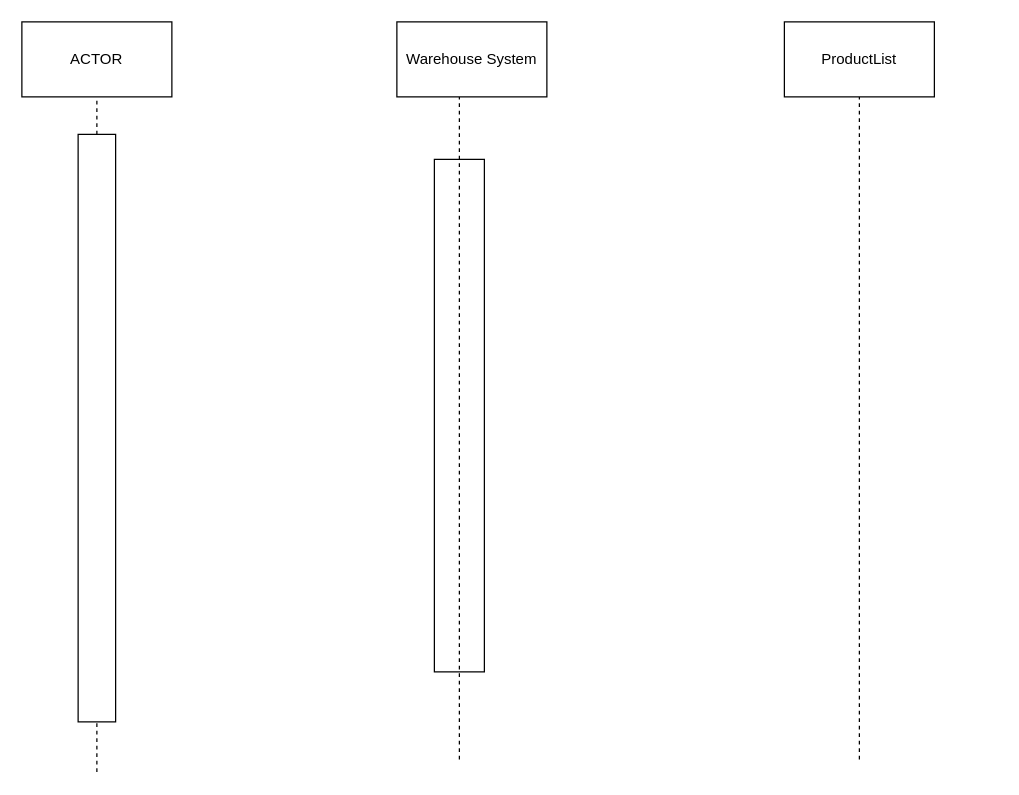
chrismd2/CSci-430-Group-11 keeps this draw.io diagram as Project_1/SequenceDiagrams/TrackInventoryDiagram.drawio. Above is the earlier version. Source tidied: cells renumbered, new cells numbered last; positions are measured from the earlier drawing's top-left corner, leaving out a move shared by most shapes. Both pictures are drawn from the tidied source at 125%, with x=0, y=0 at pixel (21, 21).
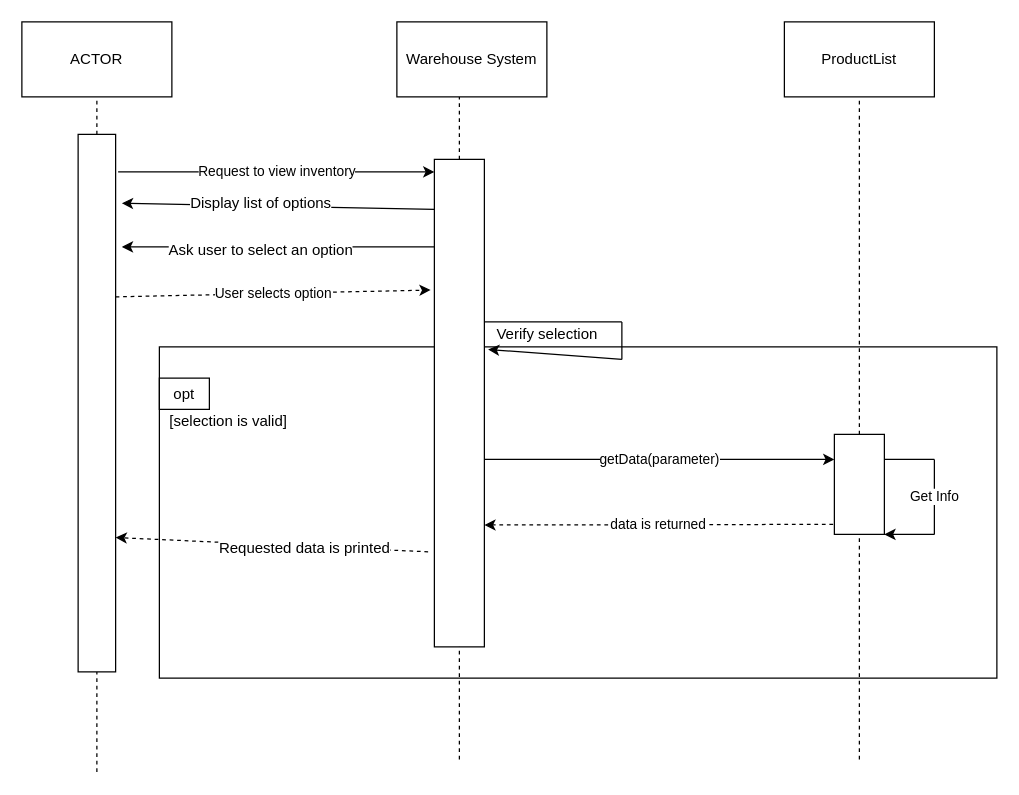
The same page after the edit.

Commit message:
Will finish later

The edit, as a diff of the source:
```diff
@@
+    <mxCell id="11" style="rounded=0;whiteSpace=wrap;html=1;" parent="1" vertex="1">
+      <mxGeometry x="110" y="260" width="670" height="265" as="geometry" />
+    </mxCell>
@@
     <mxCell id="6" style="rounded=0;whiteSpace=wrap;html=1;" parent="1" vertex="1">
-      <mxGeometry x="45" y="90" width="30" height="470" as="geometry" />
+      <mxGeometry x="45" y="90" width="30" height="430" as="geometry" />
     </mxCell>
@@
-    <mxCell id="8" style="rounded=0;whiteSpace=wrap;html=1;" parent="1" vertex="1">
-      <mxGeometry x="330" y="110" width="40" height="410" as="geometry" />
-    </mxCell>
@@
-    <mxCell id="10" style="endArrow=none;dashed=1;html=1;" parent="1" edge="1">
+    <mxCell id="10" style="endArrow=none;dashed=1;html=1;" parent="1" edge="1" source="24">
       <mxGeometry relative="1" as="geometry">
-        <mxPoint x="670" y="590" as="sourcePoint" />
         <mxPoint x="670" y="60" as="targetPoint" />
       </mxGeometry>
     </mxCell>
+    <mxCell id="8" style="rounded=0;whiteSpace=wrap;html=1;" parent="1" vertex="1">
+      <mxGeometry x="330" y="110" width="40" height="390" as="geometry" />
+    </mxCell>
+    <mxCell id="12" value="Request to view inventory" style="endArrow=classic;html=1;" parent="1" edge="1">
+      <mxGeometry relative="1" as="geometry">
+        <mxPoint x="77" y="120" as="sourcePoint" />
+        <mxPoint x="330" y="120" as="targetPoint" />
+      </mxGeometry>
+    </mxCell>
+    <mxCell id="13" style="endArrow=classic;html=1;entryX=1.167;entryY=0.128;entryDx=0;entryDy=0;entryPerimeter=0;" parent="1" edge="1" target="6">
+      <mxGeometry relative="1" as="geometry">
+        <mxPoint x="330" y="150" as="sourcePoint" />
+      </mxGeometry>
+    </mxCell>
+    <mxCell id="14" value="Display list of options" style="text;html=1;align=center;verticalAlign=middle;labelBackgroundColor=#ffffff;" parent="13" vertex="1">
+      <mxGeometry x="0.23" y="-2" relative="1" as="geometry">
+        <mxPoint x="14" as="offset" />
+      </mxGeometry>
+    </mxCell>
+    <mxCell id="15" style="endArrow=classic;html=1;" parent="1" edge="1">
+      <mxGeometry relative="1" as="geometry">
+        <mxPoint x="330" y="180" as="sourcePoint" />
+        <mxPoint x="80" y="180" as="targetPoint" />
+      </mxGeometry>
+    </mxCell>
+    <mxCell id="16" value="Ask user to select an option" style="text;html=1;align=center;verticalAlign=middle;labelBackgroundColor=#ffffff;" parent="15" vertex="1">
+      <mxGeometry x="0.28" y="2" relative="1" as="geometry">
+        <mxPoint x="20" as="offset" />
+      </mxGeometry>
+    </mxCell>
+    <mxCell id="17" value="User selects option" style="endArrow=classic;html=1;entryX=-0.075;entryY=0.268;entryDx=0;entryDy=0;entryPerimeter=0;dashed=1;" parent="1" edge="1" target="8">
+      <mxGeometry relative="1" as="geometry">
+        <mxPoint x="75" y="220" as="sourcePoint" />
+      </mxGeometry>
+    </mxCell>
+    <mxCell id="18" style="endArrow=none;html=1;" parent="1" edge="1">
+      <mxGeometry relative="1" as="geometry">
+        <mxPoint x="370" y="240" as="sourcePoint" />
+        <mxPoint x="480" y="240" as="targetPoint" />
+      </mxGeometry>
+    </mxCell>
+    <mxCell id="19" style="endArrow=none;html=1;" parent="1" edge="1">
+      <mxGeometry relative="1" as="geometry">
+        <mxPoint x="480" y="270" as="sourcePoint" />
+        <mxPoint x="480" y="240" as="targetPoint" />
+      </mxGeometry>
+    </mxCell>
+    <mxCell id="20" style="endArrow=classic;html=1;entryX=1.075;entryY=0.39;entryDx=0;entryDy=0;entryPerimeter=0;" parent="1" edge="1" target="8">
+      <mxGeometry relative="1" as="geometry">
+        <mxPoint x="480" y="270" as="sourcePoint" />
+      </mxGeometry>
+    </mxCell>
+    <mxCell id="21" value="Verify selection" style="text;html=1;align=center;verticalAlign=middle;" parent="1" vertex="1">
+      <mxGeometry x="370" y="240" width="100" height="20" as="geometry" />
+    </mxCell>
+    <mxCell id="22" value="opt" style="rounded=0;whiteSpace=wrap;html=1;" parent="1" vertex="1">
+      <mxGeometry x="110" y="285" width="40" height="25" as="geometry" />
+    </mxCell>
+    <mxCell id="23" value="[selection is valid]" style="text;html=1;align=center;verticalAlign=middle;" parent="1" vertex="1">
+      <mxGeometry x="110" y="310" width="110" height="20" as="geometry" />
+    </mxCell>
+    <mxCell id="24" style="rounded=0;whiteSpace=wrap;html=1;" parent="1" vertex="1">
+      <mxGeometry x="650" y="330" width="40" height="80" as="geometry" />
+    </mxCell>
+    <mxCell id="25" style="endArrow=none;dashed=1;html=1;" parent="1" edge="1" target="24">
+      <mxGeometry relative="1" as="geometry">
+        <mxPoint x="670" y="590" as="sourcePoint" />
+      </mxGeometry>
+    </mxCell>
+    <mxCell id="26" value="getData(parameter)" style="endArrow=classic;html=1;entryX=0;entryY=0.25;entryDx=0;entryDy=0;" parent="1" edge="1" target="24">
+      <mxGeometry relative="1" as="geometry">
+        <mxPoint x="370" y="350" as="sourcePoint" />
+      </mxGeometry>
+    </mxCell>
+    <mxCell id="27" style="endArrow=none;html=1;" parent="1" edge="1">
+      <mxGeometry relative="1" as="geometry">
+        <mxPoint x="690" y="350" as="sourcePoint" />
+        <mxPoint x="730" y="350" as="targetPoint" />
+      </mxGeometry>
+    </mxCell>
+    <mxCell id="28" value="Get Info" style="endArrow=none;html=1;" parent="1" edge="1">
+      <mxGeometry relative="1" as="geometry">
+        <mxPoint x="730" y="410" as="sourcePoint" />
+        <mxPoint x="730" y="350" as="targetPoint" />
+      </mxGeometry>
+    </mxCell>
+    <mxCell id="29" style="endArrow=classic;html=1;" parent="1" edge="1">
+      <mxGeometry relative="1" as="geometry">
+        <mxPoint x="730" y="410" as="sourcePoint" />
+        <mxPoint x="690" y="410" as="targetPoint" />
+      </mxGeometry>
+    </mxCell>
+    <mxCell id="30" value="data is returned" style="endArrow=classic;html=1;entryX=1;entryY=0.75;entryDx=0;entryDy=0;dashed=1;exitX=-0.025;exitY=0.9;exitDx=0;exitDy=0;exitPerimeter=0;" parent="1" edge="1" source="24" target="8">
+      <mxGeometry relative="1" as="geometry" />
+    </mxCell>
+    <mxCell id="31" style="endArrow=classic;html=1;dashed=1;entryX=1;entryY=0.75;entryDx=0;entryDy=0;exitX=-0.125;exitY=0.805;exitDx=0;exitDy=0;exitPerimeter=0;" parent="1" edge="1" source="8" target="6">
+      <mxGeometry relative="1" as="geometry" />
+    </mxCell>
+    <mxCell id="32" value="Requested data is printed" style="text;html=1;align=center;verticalAlign=middle;labelBackgroundColor=#ffffff;" parent="31" vertex="1">
+      <mxGeometry x="-0.2" y="1" relative="1" as="geometry" />
+    </mxCell>
```
